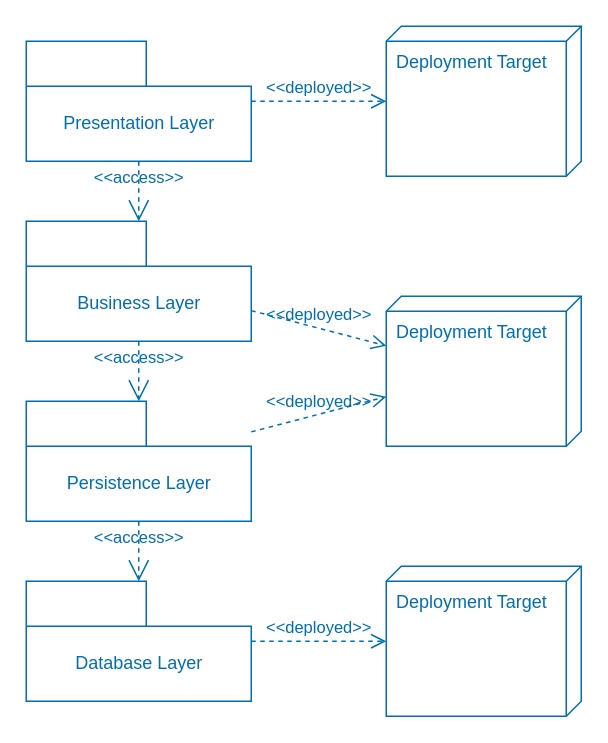
Before: diagrams/Architecture_Layered_Variation_2.drawio in ucudal/ANDIS_Conceptos, a draw.io diagram. Source tidied: cells renumbered, new cells numbered last; positions are measured from the earlier drawing's top-left corner, leaving out a move shared by most shapes. Both pictures are drawn from the tidied source at 150%, with x=0, y=0 at pixel (26, 26).
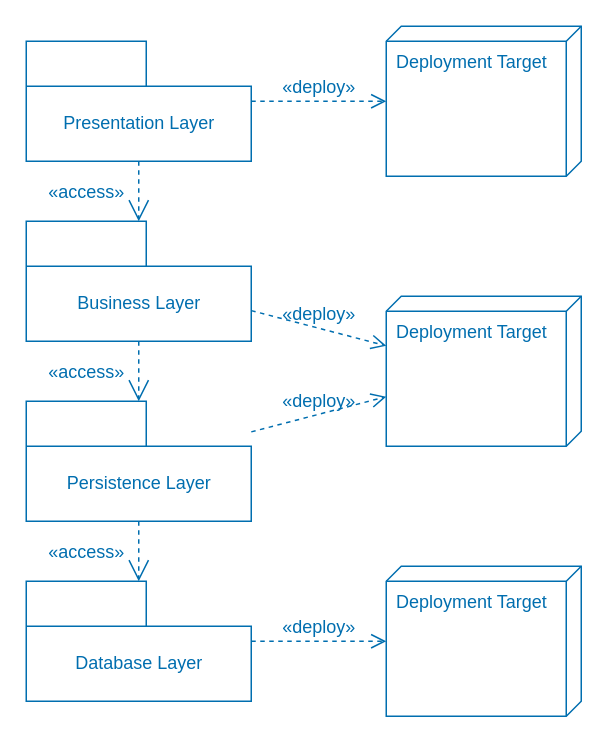
After the change.

Change to the diagram source:
```diff
@@
 <mxGraphModel>
   <root>
     <mxCell id="0" />
     <mxCell id="1" parent="0" />
     <mxCell id="2" value="Presentation Layer" style="shape=folder;fontStyle=0;tabWidth=80;tabHeight=30;tabPosition=left;html=1;boundedLbl=1;fillColor=none;fontColor=#006EAF;strokeColor=#006EAF;" parent="1" vertex="1">
       <mxGeometry y="10" width="150" height="80" as="geometry" />
     </mxCell>
     <mxCell id="3" value="Business Layer" style="shape=folder;fontStyle=0;tabWidth=80;tabHeight=30;tabPosition=left;html=1;boundedLbl=1;fillColor=none;fontColor=#006EAF;strokeColor=#006EAF;" parent="1" vertex="1">
       <mxGeometry y="130" width="150" height="80" as="geometry" />
     </mxCell>
     <mxCell id="4" value="Persistence Layer" style="shape=folder;fontStyle=0;tabWidth=80;tabHeight=30;tabPosition=left;html=1;boundedLbl=1;fillColor=none;fontColor=#006EAF;strokeColor=#006EAF;" parent="1" vertex="1">
       <mxGeometry y="250" width="150" height="80" as="geometry" />
     </mxCell>
     <mxCell id="5" value="Database Layer" style="shape=folder;fontStyle=0;tabWidth=80;tabHeight=30;tabPosition=left;html=1;boundedLbl=1;fillColor=none;fontColor=#006EAF;strokeColor=#006EAF;" parent="1" vertex="1">
       <mxGeometry y="370" width="150" height="80" as="geometry" />
     </mxCell>
-    <mxCell id="6" value="&amp;lt;&amp;lt;access&amp;gt;&amp;gt;" style="edgeStyle=none;html=1;endArrow=open;endSize=12;dashed=1;verticalAlign=bottom;fontColor=#006EAF;fillColor=#1ba1e2;strokeColor=#006EAF;labelBackgroundColor=none;" parent="1" edge="1">
-      <mxGeometry relative="1" as="geometry">
+    <mxCell id="6" value="&lt;span style=&quot;font-size: 12px;&quot;&gt;«access»&lt;/span&gt;" style="edgeStyle=none;html=1;endArrow=open;endSize=12;dashed=1;verticalAlign=bottom;fontColor=#006EAF;fillColor=#1ba1e2;strokeColor=#006EAF;labelBackgroundColor=none;" parent="1" edge="1">
+      <mxGeometry x="0.5" y="-35" relative="1" as="geometry">
         <mxPoint x="75" y="90" as="sourcePoint" />
         <mxPoint x="75" y="130" as="targetPoint" />
       </mxGeometry>
     </mxCell>
-    <mxCell id="7" value="&amp;lt;&amp;lt;access&amp;gt;&amp;gt;" style="edgeStyle=none;html=1;endArrow=open;endSize=12;dashed=1;verticalAlign=bottom;fontColor=#006EAF;fillColor=#1ba1e2;strokeColor=#006EAF;labelBackgroundColor=none;" parent="1" edge="1" source="3" target="4">
-      <mxGeometry relative="1" as="geometry" />
+    <mxCell id="7" value="&lt;span style=&quot;font-size: 12px;&quot;&gt;«access»&lt;/span&gt;" style="edgeStyle=none;html=1;endArrow=open;endSize=12;dashed=1;verticalAlign=bottom;fontColor=#006EAF;fillColor=#1ba1e2;strokeColor=#006EAF;labelBackgroundColor=none;" parent="1" edge="1" source="3" target="4">
+      <mxGeometry x="0.5" y="-35" relative="1" as="geometry" />
     </mxCell>
-    <mxCell id="8" value="&amp;lt;&amp;lt;access&amp;gt;&amp;gt;" style="edgeStyle=none;html=1;endArrow=open;endSize=12;dashed=1;verticalAlign=bottom;fontColor=#006EAF;fillColor=#1ba1e2;strokeColor=#006EAF;labelBackgroundColor=none;" parent="1" edge="1" source="4" target="5">
-      <mxGeometry relative="1" as="geometry" />
+    <mxCell id="8" value="&lt;span style=&quot;font-size: 12px;&quot;&gt;«access»&lt;/span&gt;" style="edgeStyle=none;html=1;endArrow=open;endSize=12;dashed=1;verticalAlign=bottom;fontColor=#006EAF;fillColor=#1ba1e2;strokeColor=#006EAF;labelBackgroundColor=none;" parent="1" edge="1" source="4" target="5">
+      <mxGeometry x="0.5" y="-35" relative="1" as="geometry" />
     </mxCell>
     <mxCell id="9" value="Deployment Target" style="verticalAlign=top;align=left;shape=cube;size=10;direction=south;fontStyle=0;html=1;boundedLbl=1;spacingLeft=5;fontColor=#006EAF;fillColor=none;strokeColor=#006EAF;" parent="1" vertex="1">
       <mxGeometry x="240" y="180" width="130" height="100" as="geometry" />
     </mxCell>
-    <mxCell id="10" value="&amp;lt;&amp;lt;deployed&amp;gt;&amp;gt;" style="endArrow=open;startArrow=none;endFill=0;startFill=0;endSize=8;html=1;verticalAlign=bottom;dashed=1;labelBackgroundColor=none;fontColor=#006EAF;fillColor=#1ba1e2;strokeColor=#006EAF;" parent="1" edge="1" source="2" target="15">
+    <mxCell id="10" value="&lt;span style=&quot;font-size: 12px;&quot;&gt;«deploy»&lt;/span&gt;" style="endArrow=open;startArrow=none;endFill=0;startFill=0;endSize=8;html=1;verticalAlign=bottom;dashed=1;labelBackgroundColor=none;fontColor=#006EAF;fillColor=#1ba1e2;strokeColor=#006EAF;" parent="1" edge="1" source="2" target="15">
       <mxGeometry relative="1" as="geometry" />
     </mxCell>
-    <mxCell id="11" value="&amp;lt;&amp;lt;deployed&amp;gt;&amp;gt;" style="endArrow=open;startArrow=none;endFill=0;startFill=0;endSize=8;html=1;verticalAlign=bottom;dashed=1;labelBackgroundColor=none;fontColor=#006EAF;fillColor=#1ba1e2;strokeColor=#006EAF;" parent="1" edge="1" source="3" target="9">
+    <mxCell id="11" value="&lt;span style=&quot;font-size: 12px;&quot;&gt;«deploy»&lt;/span&gt;" style="endArrow=open;startArrow=none;endFill=0;startFill=0;endSize=8;html=1;verticalAlign=bottom;dashed=1;labelBackgroundColor=none;fontColor=#006EAF;fillColor=#1ba1e2;strokeColor=#006EAF;" parent="1" edge="1" source="3" target="9">
       <mxGeometry relative="1" as="geometry" />
     </mxCell>
-    <mxCell id="12" value="&amp;lt;&amp;lt;deployed&amp;gt;&amp;gt;" style="endArrow=open;startArrow=none;endFill=0;startFill=0;endSize=8;html=1;verticalAlign=bottom;dashed=1;labelBackgroundColor=none;fontColor=#006EAF;fillColor=#1ba1e2;strokeColor=#006EAF;" parent="1" edge="1" source="4" target="9">
+    <mxCell id="12" value="&lt;span style=&quot;font-size: 12px;&quot;&gt;«deploy»&lt;/span&gt;" style="endArrow=open;startArrow=none;endFill=0;startFill=0;endSize=8;html=1;verticalAlign=bottom;dashed=1;labelBackgroundColor=none;fontColor=#006EAF;fillColor=#1ba1e2;strokeColor=#006EAF;" parent="1" edge="1" source="4" target="9">
       <mxGeometry relative="1" as="geometry" />
     </mxCell>
-    <mxCell id="13" value="&amp;lt;&amp;lt;deployed&amp;gt;&amp;gt;" style="endArrow=open;startArrow=none;endFill=0;startFill=0;endSize=8;html=1;verticalAlign=bottom;dashed=1;labelBackgroundColor=none;fontColor=#006EAF;fillColor=#1ba1e2;strokeColor=#006EAF;" parent="1" edge="1" source="5" target="14">
+    <mxCell id="13" value="&lt;span style=&quot;font-size: 12px;&quot;&gt;«deploy»&lt;/span&gt;" style="endArrow=open;startArrow=none;endFill=0;startFill=0;endSize=8;html=1;verticalAlign=bottom;dashed=1;labelBackgroundColor=none;fontColor=#006EAF;fillColor=#1ba1e2;strokeColor=#006EAF;" parent="1" edge="1" source="5" target="14">
       <mxGeometry relative="1" as="geometry" />
     </mxCell>
     <mxCell id="14" value="Deployment Target" style="verticalAlign=top;align=left;shape=cube;size=10;direction=south;fontStyle=0;html=1;boundedLbl=1;spacingLeft=5;fontColor=#006EAF;fillColor=none;strokeColor=#006EAF;" parent="1" vertex="1">
       <mxGeometry x="240" y="360" width="130" height="100" as="geometry" />
     </mxCell>
     <mxCell id="15" value="Deployment Target" style="verticalAlign=top;align=left;shape=cube;size=10;direction=south;fontStyle=0;html=1;boundedLbl=1;spacingLeft=5;fontColor=#006EAF;fillColor=none;strokeColor=#006EAF;" parent="1" vertex="1">
       <mxGeometry x="240" width="130" height="100" as="geometry" />
     </mxCell>
   </root>
 </mxGraphModel>
```
